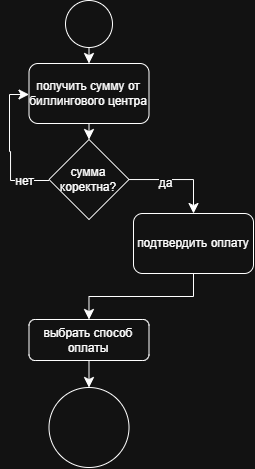
Before: lab1/diagrams/activity-uml.png, a diagram exported from draw.io (akulchikVS/visual-programming-labs-akulchik). Source tidied: cells renumbered, new cells last; positions are measured from the earlier drawing's top-left corner, leaving out a move shared by most shapes.
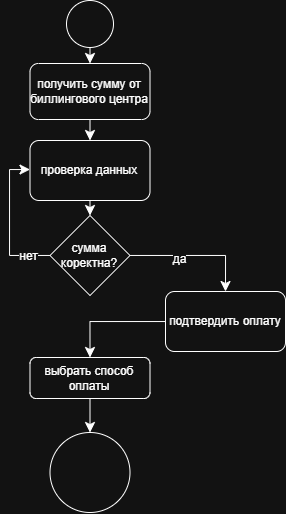
After the commit.

Commit message:
Update UML Activity: add minor element

What changed in the source:
```diff
@@ -8,11 +8,11 @@
     <mxCell id="3" style="ellipse;whiteSpace=wrap;html=1;" parent="1" vertex="1">
       <mxGeometry x="56" width="47" height="47" as="geometry" />
     </mxCell>
-    <mxCell id="4" style="edgeStyle=none;curved=1;rounded=0;jettySize=auto;html=1;entryX=0.5;entryY=0;entryDx=0;entryDy=0;fontSize=12;startSize=8;endSize=8;" parent="1" edge="1" source="5" target="10">
-      <mxGeometry relative="1" as="geometry" />
-    </mxCell>
+    <mxCell id="16" style="edgeStyle=none;curved=1;rounded=0;jettySize=auto;html=1;entryX=0.5;entryY=0;entryDx=0;entryDy=0;fontSize=12;startSize=8;endSize=8;" parent="1" edge="1" source="5" target="19">
+      <mxGeometry relative="1" as="geometry" />
+    </mxCell>
     <mxCell id="5" value="получить сумму от биллингового центра" style="rounded=1;whiteSpace=wrap;html=1;" parent="1" vertex="1">
-      <mxGeometry x="19.5" y="63" width="120" height="60" as="geometry" />
+      <mxGeometry x="19.5" y="63" width="120" height="56" as="geometry" />
     </mxCell>
     <mxCell id="6" style="edgeStyle=orthogonalEdgeStyle;rounded=0;jettySize=auto;html=1;entryX=0.5;entryY=0;entryDx=0;entryDy=0;fontSize=12;startSize=8;endSize=8;" parent="1" edge="1" source="10" target="12">
       <mxGeometry relative="1" as="geometry" />
@@ -20,38 +20,40 @@
     <mxCell id="7" value="да" style="edgeLabel;html=1;align=center;verticalAlign=middle;fontSize=12;" parent="6" vertex="1">
       <mxGeometry x="-0.25" y="-4" relative="1" as="geometry" />
     </mxCell>
-    <mxCell id="8" style="edgeStyle=orthogonalEdgeStyle;rounded=0;orthogonalLoop=1;jettySize=auto;html=1;entryX=0;entryY=0.5;entryDx=0;entryDy=0;fontSize=12;startSize=8;endSize=8;" parent="1" edge="1">
-      <mxGeometry relative="1" as="geometry">
-        <mxPoint x="39.5" y="180" as="sourcePoint" />
-        <mxPoint x="19.5" y="94" as="targetPoint" />
-        <Array as="points">
-          <mxPoint x="1" y="180" />
-          <mxPoint x="1" y="151" />
-          <mxPoint y="151" />
-          <mxPoint y="94" />
-        </Array>
-      </mxGeometry>
-    </mxCell>
+    <mxCell id="17" style="edgeStyle=orthogonalEdgeStyle;rounded=0;jettySize=auto;html=1;entryX=0;entryY=0.5;entryDx=0;entryDy=0;fontSize=12;startSize=8;endSize=8;" parent="1" edge="1" source="10" target="19">
+      <mxGeometry relative="1" as="geometry">
+        <Array as="points">
+          <mxPoint x="-1" y="255" />
+          <mxPoint x="-1" y="169" />
+        </Array>
+      </mxGeometry>
+    </mxCell>
-    <mxCell id="9" value="нет" style="edgeLabel;html=1;align=center;verticalAlign=middle;fontSize=12;" parent="8" vertex="1">
-      <mxGeometry x="-0.66" y="1" relative="1" as="geometry" />
+    <mxCell id="9" value="нет" style="edgeLabel;html=1;align=center;verticalAlign=middle;fontSize=12;" parent="17" vertex="1">
+      <mxGeometry x="-0.71" y="1" relative="1" as="geometry" />
     </mxCell>
     <mxCell id="10" value="сумма коректна?" style="rhombus;whiteSpace=wrap;html=1;" parent="1" vertex="1">
-      <mxGeometry x="39.5" y="139" width="80" height="80" as="geometry" />
+      <mxGeometry x="39.5" y="215" width="80" height="80" as="geometry" />
     </mxCell>
     <mxCell id="11" style="edgeStyle=orthogonalEdgeStyle;rounded=0;jettySize=auto;html=1;entryX=0.5;entryY=0;entryDx=0;entryDy=0;fontSize=12;startSize=8;endSize=8;" parent="1" edge="1" source="12" target="14">
       <mxGeometry relative="1" as="geometry" />
     </mxCell>
     <mxCell id="12" value="подтвердить оплату" style="rounded=1;whiteSpace=wrap;html=1;" parent="1" vertex="1">
-      <mxGeometry x="124" y="213" width="120" height="60" as="geometry" />
+      <mxGeometry x="155" y="291" width="120" height="60" as="geometry" />
     </mxCell>
     <mxCell id="13" style="edgeStyle=none;curved=1;rounded=0;jettySize=auto;html=1;entryX=0.5;entryY=0;entryDx=0;entryDy=0;fontSize=12;startSize=8;endSize=8;" parent="1" edge="1" source="14" target="15">
       <mxGeometry relative="1" as="geometry" />
     </mxCell>
     <mxCell id="14" value="выбрать способ оплаты" style="rounded=1;whiteSpace=wrap;html=1;" parent="1" vertex="1">
-      <mxGeometry x="19.5" y="319" width="120" height="41" as="geometry" />
+      <mxGeometry x="19.5" y="357" width="120" height="41" as="geometry" />
     </mxCell>
     <mxCell id="15" style="ellipse;whiteSpace=wrap;html=1;" parent="1" vertex="1">
-      <mxGeometry x="39.5" y="387" width="80" height="80" as="geometry" />
+      <mxGeometry x="39.5" y="432" width="80" height="80" as="geometry" />
     </mxCell>
+    <mxCell id="18" style="edgeStyle=none;curved=1;rounded=0;jettySize=auto;html=1;entryX=0.5;entryY=0;entryDx=0;entryDy=0;fontSize=12;startSize=8;endSize=8;" parent="1" edge="1" source="19" target="10">
+      <mxGeometry relative="1" as="geometry" />
+    </mxCell>
+    <mxCell id="19" value="проверка данных" style="rounded=1;whiteSpace=wrap;html=1;" parent="1" vertex="1">
+      <mxGeometry x="19.5" y="140" width="120" height="60" as="geometry" />
+    </mxCell>
   </root>
 </mxGraphModel>
```
